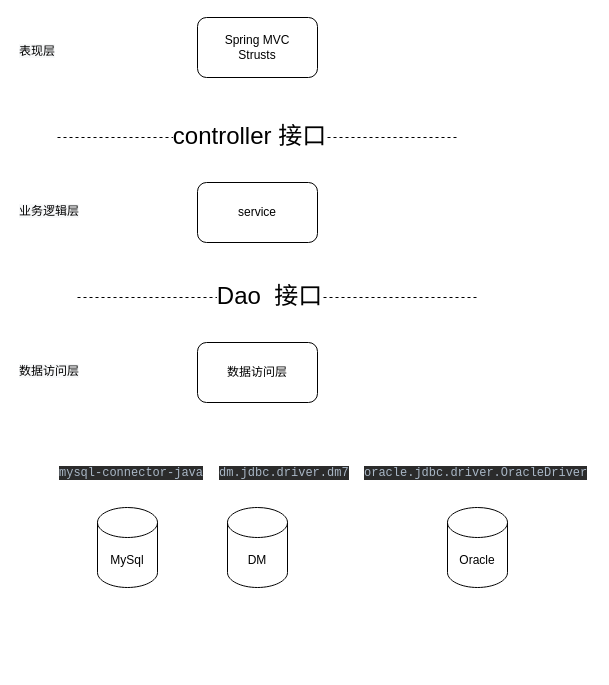
The draw.io diagram jdbc.drawio in zyazxr/AAA1Draw, before the edit. Source tidied: cells renumbered, new cells numbered last; positions are measured from the earlier drawing's top-left corner, leaving out a move shared by most shapes. Both pictures are drawn from the tidied source at 100%, with x=0, y=0 at pixel (17, 17).
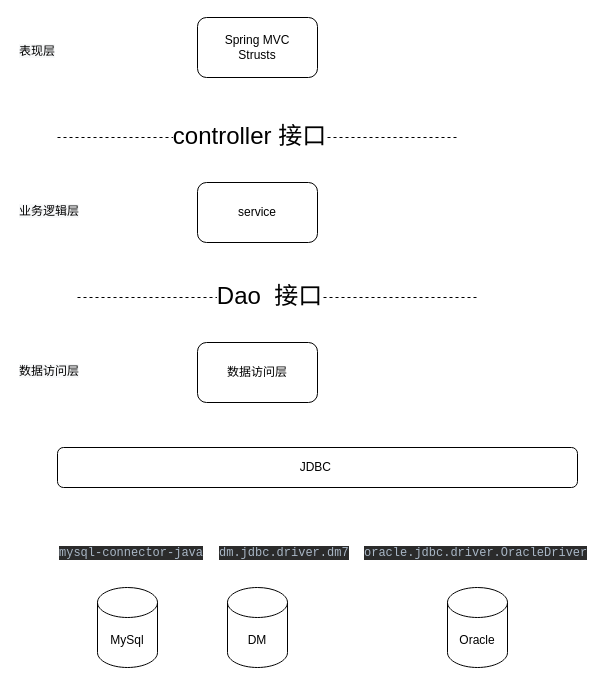
The same diagram, later.

Change to the diagram source:
```diff
@@
     <mxCell id="12" value="MySql" style="shape=cylinder3;whiteSpace=wrap;html=1;boundedLbl=1;backgroundOutline=1;size=15;" parent="1" vertex="1">
-      <mxGeometry x="80" y="490" width="60" height="80" as="geometry" />
+      <mxGeometry x="80" y="570" width="60" height="80" as="geometry" />
     </mxCell>
     <mxCell id="13" value="DM" style="shape=cylinder3;whiteSpace=wrap;html=1;boundedLbl=1;backgroundOutline=1;size=15;" parent="1" vertex="1">
-      <mxGeometry x="210" y="490" width="60" height="80" as="geometry" />
+      <mxGeometry x="210" y="570" width="60" height="80" as="geometry" />
     </mxCell>
     <mxCell id="14" value="Oracle" style="shape=cylinder3;whiteSpace=wrap;html=1;boundedLbl=1;backgroundOutline=1;size=15;" parent="1" vertex="1">
-      <mxGeometry x="430" y="490" width="60" height="80" as="geometry" />
+      <mxGeometry x="430" y="570" width="60" height="80" as="geometry" />
     </mxCell>
     <mxCell id="15" value="&lt;pre style=&quot;background-color: #2b2b2b ; color: #a9b7c6 ; font-family: &amp;quot;consolas&amp;quot; ; font-size: 9.0pt&quot;&gt;dm.jdbc.driver.dm7&lt;/pre&gt;" style="text;whiteSpace=wrap;html=1;" parent="1" vertex="1">
-      <mxGeometry x="200" y="430" width="140" height="50" as="geometry" />
+      <mxGeometry x="200" y="510" width="140" height="50" as="geometry" />
     </mxCell>
     <mxCell id="16" value="&lt;pre style=&quot;color: rgb(0 , 0 , 0) ; font-size: 12px ; font-style: normal ; font-weight: 400 ; letter-spacing: normal ; text-align: center ; text-indent: 0px ; text-transform: none ; word-spacing: 0px ; background-color: rgb(43 , 43 , 43)&quot;&gt;&lt;font color=&quot;#a9b7c6&quot; face=&quot;consolas&quot;&gt;mysql-connector-java&lt;/font&gt;&lt;/pre&gt;" style="text;whiteSpace=wrap;html=1;" parent="1" vertex="1">
-      <mxGeometry x="40" y="430" width="160" height="50" as="geometry" />
+      <mxGeometry x="40" y="510" width="160" height="50" as="geometry" />
     </mxCell>
     <mxCell id="17" value="&lt;pre style=&quot;background-color: #2b2b2b ; color: #a9b7c6 ; font-family: &amp;quot;consolas&amp;quot; ; font-size: 9.0pt&quot;&gt;oracle.jdbc.driver.OracleDriver&lt;/pre&gt;" style="text;whiteSpace=wrap;html=1;" parent="1" vertex="1">
-      <mxGeometry x="345" y="430" width="230" height="50" as="geometry" />
+      <mxGeometry x="345" y="510" width="230" height="50" as="geometry" />
     </mxCell>
+    <mxCell id="18" value="JDBC&amp;nbsp;" style="rounded=1;whiteSpace=wrap;html=1;" parent="1" vertex="1">
+      <mxGeometry x="40" y="430" width="520" height="40" as="geometry" />
+    </mxCell>
```
